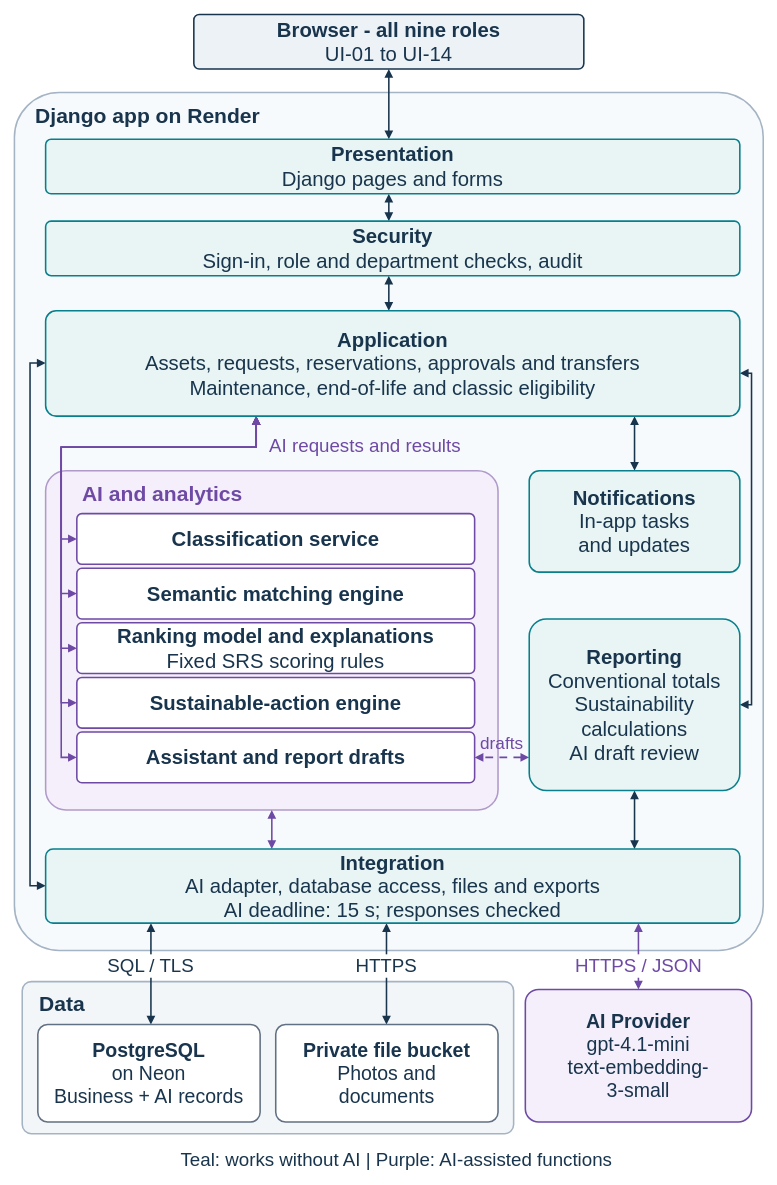
Before: docs/phase45/images/figure-3-1-architecture.drawio in duqins/ITS, a draw.io diagram. Source tidied: cells renumbered, new cells numbered last; positions are measured from the earlier drawing's top-left corner, leaving out a move shared by most shapes. Both pictures are drawn from the tidied source at 78%, with x=0, y=0 at pixel (14, 14).
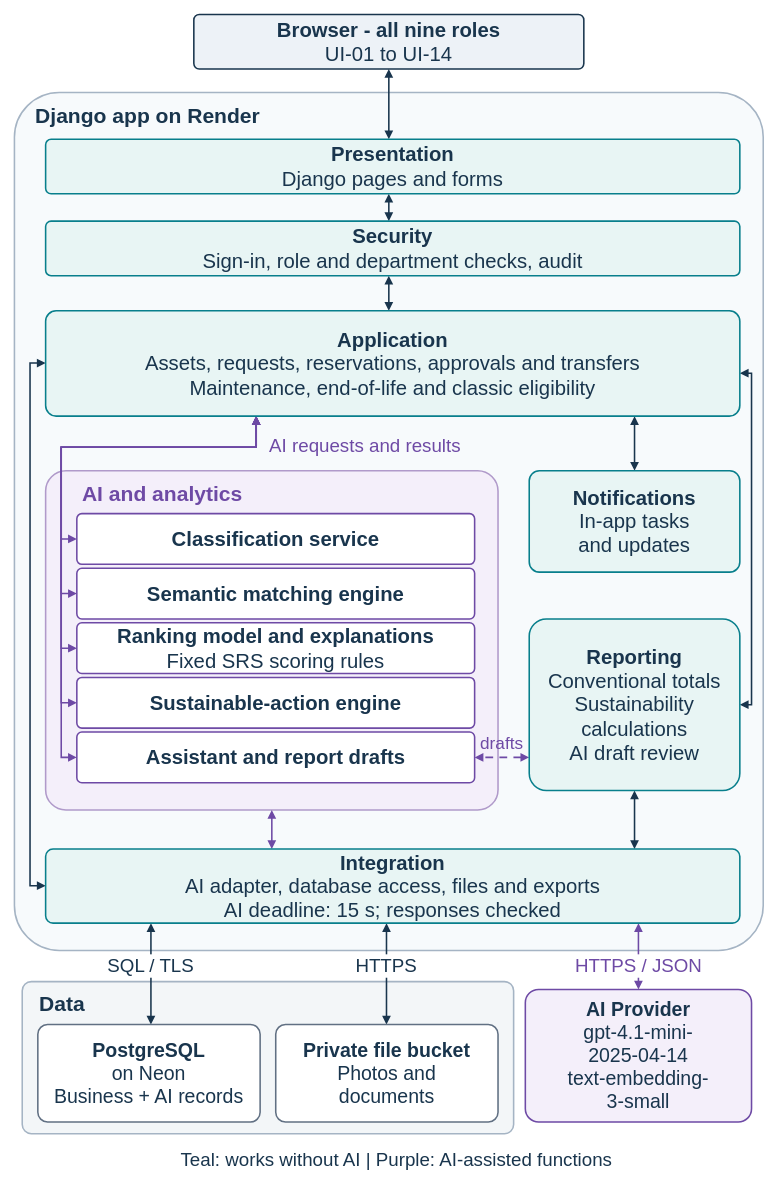
Above is the later version.

Change to the diagram source:
```diff
@@
-    <mxCell id="36" value="&lt;div style=&quot;line-height:1.18&quot;&gt;&lt;b&gt;AI Provider&lt;/b&gt;&lt;br&gt;gpt-4.1-mini&lt;br&gt;text-embedding-&lt;br&gt;3-small&lt;/div&gt;" style="rounded=1;arcSize=10;whiteSpace=wrap;html=1;fillColor=#F4EFFA;strokeColor=#6E4AA5;strokeWidth=2;fontFamily=Arial;fontSize=25;fontColor=#19354D;spacing=8;align=center;verticalAlign=middle;" parent="1" vertex="1">
+    <mxCell id="36" value="&lt;div style=&quot;line-height:1.18&quot;&gt;&lt;b&gt;AI Provider&lt;/b&gt;&lt;br&gt;gpt-4.1-mini-&lt;br&gt;2025-04-14&lt;br&gt;text-embedding-&lt;br&gt;3-small&lt;/div&gt;" style="rounded=1;arcSize=10;whiteSpace=wrap;html=1;fillColor=#F4EFFA;strokeColor=#6E4AA5;strokeWidth=2;fontFamily=Arial;fontSize=25;fontColor=#19354D;spacing=8;align=center;verticalAlign=middle;" parent="1" vertex="1">
       <mxGeometry x="655" y="1250" width="290" height="170" as="geometry" />
     </mxCell>
```
